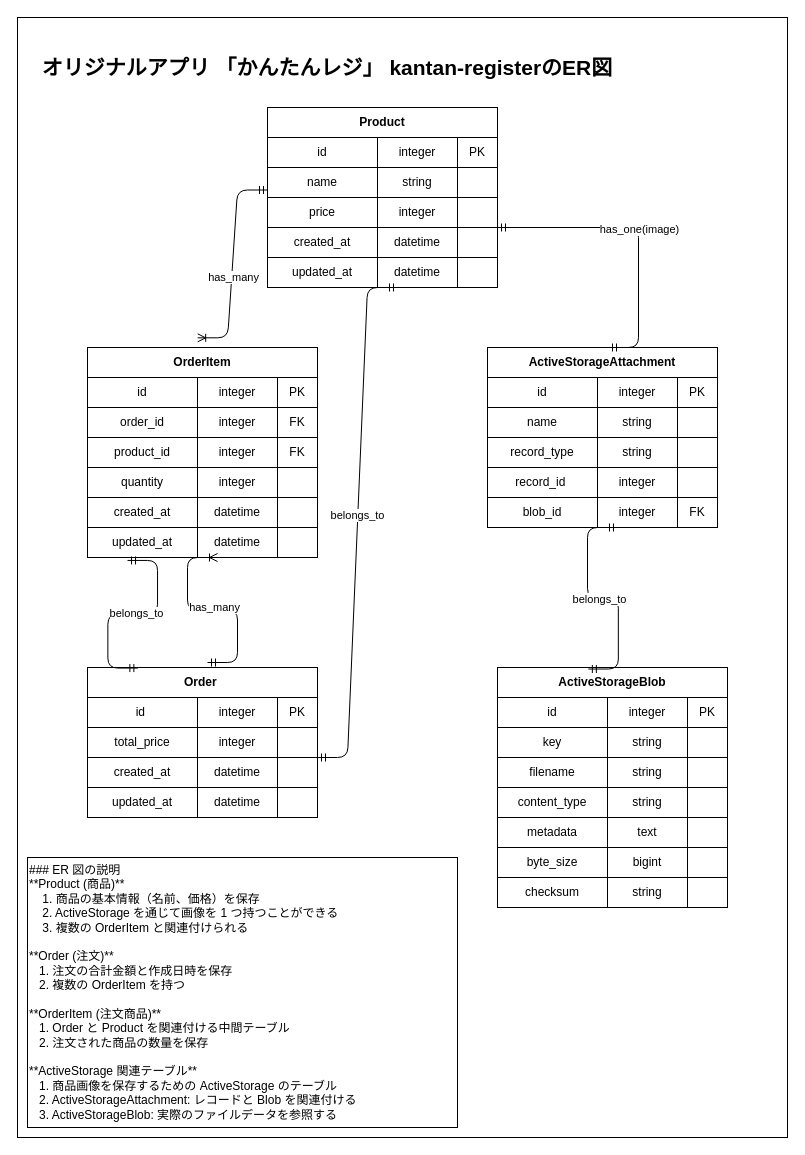
Ykuroyy/kantan-register keeps this draw.io diagram as kantan-register-er-diagram.dio. Above is the earlier version. Source tidied: cells renumbered, new cells numbered last; positions are measured from the earlier drawing's top-left corner, leaving out a move shared by most shapes. Both pictures are drawn from the tidied source at 100%, with x=0, y=0 at pixel (-3, 17).
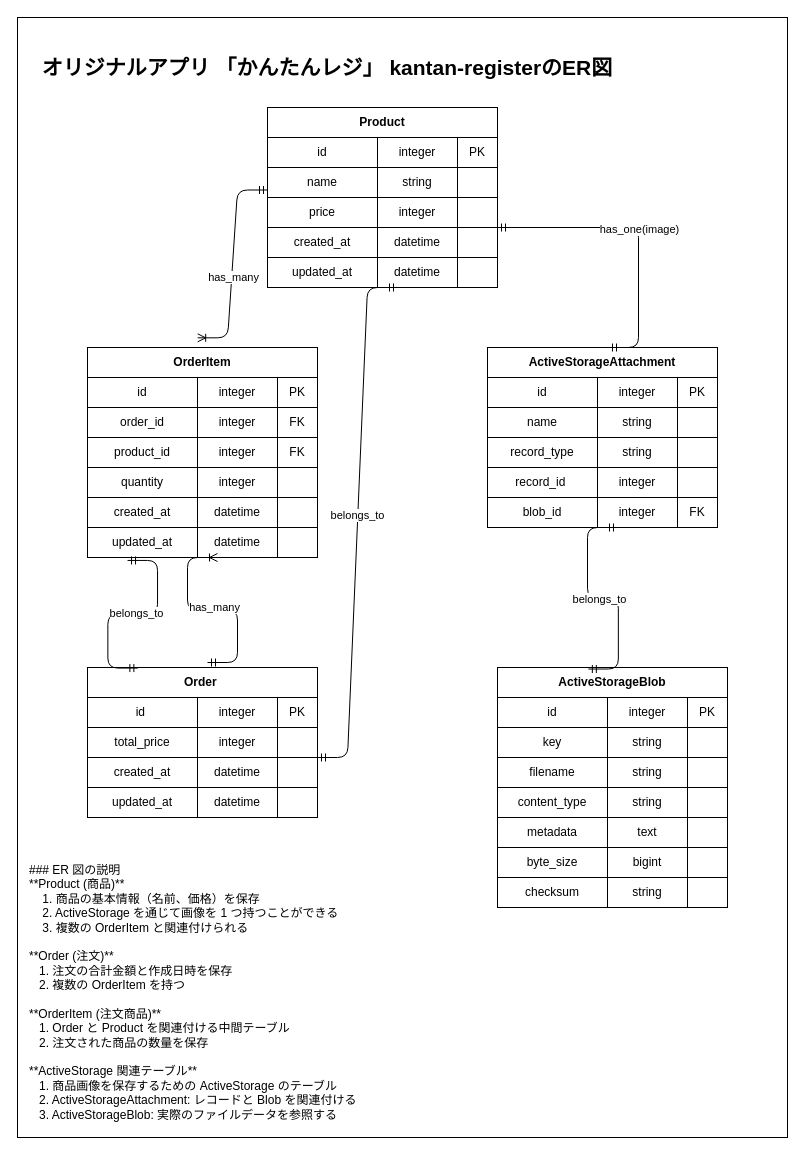
Above is the later version.

Diff of the diagram source:
```diff
@@
-    <mxCell id="90" value="&lt;div&gt;&lt;font color=&quot;#000000&quot;&gt;### ER 図の説明&lt;/font&gt;&lt;/div&gt;&lt;div&gt;&lt;font color=&quot;#000000&quot;&gt;**Product (商品)**&lt;/font&gt;&lt;/div&gt;&lt;div&gt;&lt;span style=&quot;background-color: transparent;&quot;&gt;&amp;nbsp; &amp;nbsp; 1. 商品の基本情報（名前、価格）を保存&lt;/span&gt;&lt;/div&gt;&lt;div&gt;&lt;font color=&quot;#000000&quot;&gt;&amp;nbsp; &amp;nbsp; 2. ActiveStorage を通じて画像を 1 つ持つことができる&lt;/font&gt;&lt;/div&gt;&lt;div&gt;&lt;font color=&quot;#000000&quot;&gt;&amp;nbsp; &amp;nbsp; 3. 複数の OrderItem と関連付けられる&lt;/font&gt;&lt;/div&gt;&lt;div&gt;&lt;span style=&quot;background-color: transparent;&quot;&gt;&lt;br&gt;&lt;/span&gt;&lt;/div&gt;&lt;div&gt;&lt;span style=&quot;background-color: transparent;&quot;&gt;**Order (注文)**&lt;/span&gt;&lt;/div&gt;&lt;div&gt;&lt;span style=&quot;background-color: transparent;&quot;&gt;&amp;nbsp; &amp;nbsp;1. 注文の合計金額と作成日時を保存&lt;/span&gt;&lt;/div&gt;&lt;div&gt;&lt;font color=&quot;#000000&quot;&gt;&amp;nbsp; &amp;nbsp;2. 複数の OrderItem を持つ&lt;/font&gt;&lt;/div&gt;&lt;div&gt;&lt;span style=&quot;background-color: transparent;&quot;&gt;&lt;br&gt;&lt;/span&gt;&lt;/div&gt;&lt;div&gt;&lt;span style=&quot;background-color: transparent;&quot;&gt;**OrderItem (注文商品)**&lt;/span&gt;&lt;/div&gt;&lt;div&gt;&lt;span style=&quot;background-color: transparent;&quot;&gt;&amp;nbsp; &amp;nbsp;1. Order と Product を関連付ける中間テーブル&lt;/span&gt;&lt;/div&gt;&lt;div&gt;&lt;font color=&quot;#000000&quot;&gt;&amp;nbsp; &amp;nbsp;2. 注文された商品の数量を保存&lt;/font&gt;&lt;/div&gt;&lt;div&gt;&lt;font color=&quot;#000000&quot;&gt;&lt;br&gt;&lt;/font&gt;&lt;/div&gt;&lt;div&gt;&lt;span style=&quot;background-color: transparent;&quot;&gt;**ActiveStorage 関連テーブル**&lt;/span&gt;&lt;/div&gt;&lt;div&gt;&lt;span style=&quot;background-color: transparent;&quot;&gt;&amp;nbsp; &amp;nbsp;1. 商品画像を保存するための ActiveStorage のテーブル&lt;/span&gt;&lt;/div&gt;&lt;div&gt;&lt;font color=&quot;#000000&quot;&gt;&amp;nbsp; &amp;nbsp;2. ActiveStorageAttachment: レコードと Blob を関連付ける&lt;/font&gt;&lt;/div&gt;&lt;div&gt;&lt;font color=&quot;#000000&quot;&gt;&amp;nbsp; &amp;nbsp;3. ActiveStorageBlob: 実際のファイルデータを参照する&lt;/font&gt;&lt;/div&gt;" style="rounded=0;whiteSpace=wrap;html=1;fontStyle=0;align=left;" parent="1" vertex="1">
+    <mxCell id="90" value="&lt;div&gt;&lt;font color=&quot;#000000&quot;&gt;### ER 図の説明&lt;/font&gt;&lt;/div&gt;&lt;div&gt;&lt;font color=&quot;#000000&quot;&gt;**Product (商品)**&lt;/font&gt;&lt;/div&gt;&lt;div&gt;&lt;span style=&quot;background-color: transparent;&quot;&gt;&amp;nbsp; &amp;nbsp; 1. 商品の基本情報（名前、価格）を保存&lt;/span&gt;&lt;/div&gt;&lt;div&gt;&lt;font color=&quot;#000000&quot;&gt;&amp;nbsp; &amp;nbsp; 2. ActiveStorage を通じて画像を 1 つ持つことができる&lt;/font&gt;&lt;/div&gt;&lt;div&gt;&lt;font color=&quot;#000000&quot;&gt;&amp;nbsp; &amp;nbsp; 3. 複数の OrderItem と関連付けられる&lt;/font&gt;&lt;/div&gt;&lt;div&gt;&lt;span style=&quot;background-color: transparent;&quot;&gt;&lt;br&gt;&lt;/span&gt;&lt;/div&gt;&lt;div&gt;&lt;span style=&quot;background-color: transparent;&quot;&gt;**Order (注文)**&lt;/span&gt;&lt;/div&gt;&lt;div&gt;&lt;span style=&quot;background-color: transparent;&quot;&gt;&amp;nbsp; &amp;nbsp;1. 注文の合計金額と作成日時を保存&lt;/span&gt;&lt;/div&gt;&lt;div&gt;&lt;font color=&quot;#000000&quot;&gt;&amp;nbsp; &amp;nbsp;2. 複数の OrderItem を持つ&lt;/font&gt;&lt;/div&gt;&lt;div&gt;&lt;span style=&quot;background-color: transparent;&quot;&gt;&lt;br&gt;&lt;/span&gt;&lt;/div&gt;&lt;div&gt;&lt;span style=&quot;background-color: transparent;&quot;&gt;**OrderItem (注文商品)**&lt;/span&gt;&lt;/div&gt;&lt;div&gt;&lt;span style=&quot;background-color: transparent;&quot;&gt;&amp;nbsp; &amp;nbsp;1. Order と Product を関連付ける中間テーブル&lt;/span&gt;&lt;/div&gt;&lt;div&gt;&lt;font color=&quot;#000000&quot;&gt;&amp;nbsp; &amp;nbsp;2. 注文された商品の数量を保存&lt;/font&gt;&lt;/div&gt;&lt;div&gt;&lt;font color=&quot;#000000&quot;&gt;&lt;br&gt;&lt;/font&gt;&lt;/div&gt;&lt;div&gt;&lt;span style=&quot;background-color: transparent;&quot;&gt;**ActiveStorage 関連テーブル**&lt;/span&gt;&lt;/div&gt;&lt;div&gt;&lt;span style=&quot;background-color: transparent;&quot;&gt;&amp;nbsp; &amp;nbsp;1. 商品画像を保存するための ActiveStorage のテーブル&lt;/span&gt;&lt;/div&gt;&lt;div&gt;&lt;font color=&quot;#000000&quot;&gt;&amp;nbsp; &amp;nbsp;2. ActiveStorageAttachment: レコードと Blob を関連付ける&lt;/font&gt;&lt;/div&gt;&lt;div&gt;&lt;font color=&quot;#000000&quot;&gt;&amp;nbsp; &amp;nbsp;3. ActiveStorageBlob: 実際のファイルデータを参照する&lt;/font&gt;&lt;/div&gt;" style="rounded=0;whiteSpace=wrap;html=1;fontStyle=0;align=left;strokeColor=none;" parent="1" vertex="1">
       <mxGeometry x="30" y="840" width="430" height="270" as="geometry" />
     </mxCell>
```
